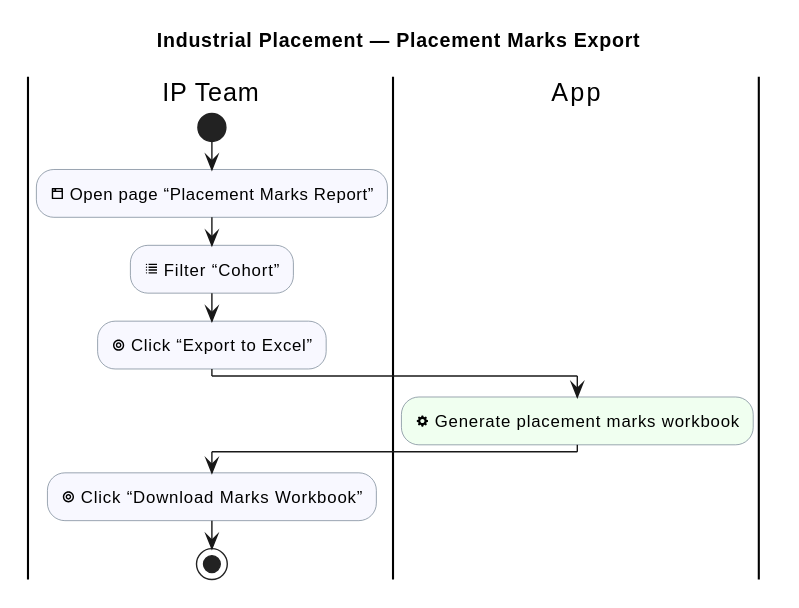
Above: industrial-placement-group-project/diagrams/industrial-placement/placement-marks-export.svg in sdflkjssl/sdflkjssl.github.io (PlantUML), before the change.
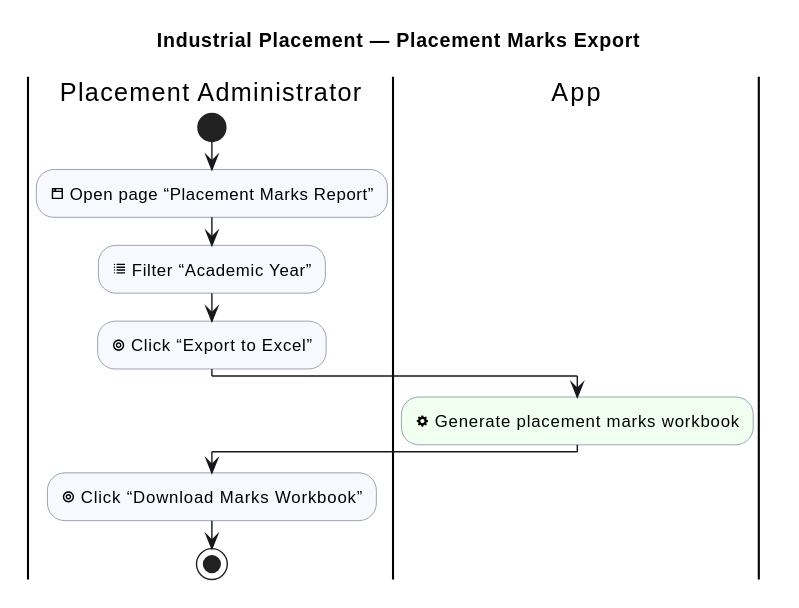
After the commit.

What changed in the source:
```diff
@@ -7,17 +7,17 @@
 skinparam activityDiamondBackgroundColor LemonChiffon
 skinparam activityDiamondBorderColor DarkGoldenRod
 
-|IP Team|
+|Placement Administrator|
 |App|
 
-|IP Team|
+|Placement Administrator|
 start
 :<&browser> Open page “Placement Marks Report”; <<#GhostWhite>>
-:<&list> Filter “Cohort”; <<#GhostWhite>>
+:<&list> Filter “Academic Year”; <<#GhostWhite>>
 :<&target> Click “Export to Excel”; <<#GhostWhite>>
 |App|
 :<&cog> Generate placement marks workbook; <<#HoneyDew>>
-|IP Team|
+|Placement Administrator|
 :<&target> Click “Download Marks Workbook”; <<#GhostWhite>>
 stop
 @enduml
```
